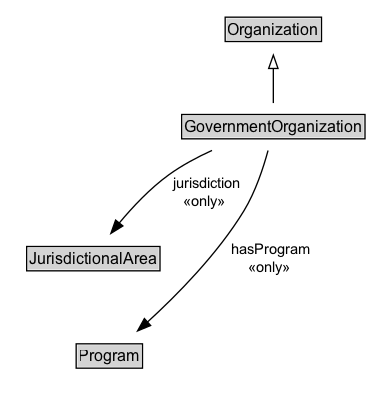
Earlier version of the Graphviz export docs/diagrams/GovernmentOrganization.dot.png (ISO-TC204/ontology-cdm-p2-v1). Its source is kept beside it as docs/diagrams/GovernmentOrganization.dot.
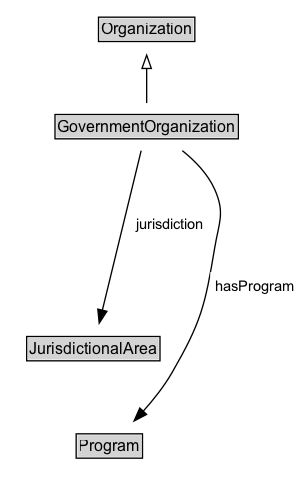
After the change.

The edit, as a diff of the source:
```diff
@@ -3,22 +3,25 @@
 	node [fontname=Arial fontsize=12 margin=0 shape=none]
 	edge [fontname=Arial fontsize=11]
 	{
+		rank=source
+		Organization [label=<<TABLE BORDER="1" CELLBORDER="0" CELLSPACING="0" CELLPADDING="1"><TR><TD BGCOLOR="lightgray" ALIGN="CENTER">Organization</TD></TR></TABLE>> URL="../Organization" margin=0]
+	}
+	GovernmentOrganization [label=<<TABLE BORDER="1" CELLBORDER="0" CELLSPACING="0" CELLPADDING="1"><TR><TD BGCOLOR="lightgray" ALIGN="CENTER">GovernmentOrganization</TD></TR></TABLE>> URL="../GovernmentOrganization" margin=0]
+	{
 		rank=max
-		GovernmentOrganization [label=<<TABLE BORDER="1" CELLBORDER="0" CELLSPACING="0" CELLPADDING="1"><TR><TD BGCOLOR="lightgray" ALIGN="CENTER" PORT="e">GovernmentOrganization</TD></TR></TABLE>> URL="../GovernmentOrganization.md" margin=0]
 	}
 	subgraph cluster_associated {
 		label="" style=invis
 		Invis [label=<<TABLE BORDER="0" CELLBORDER="0" CELLSPACING="0" CELLPADDING="1"><TR><TD></TD></TR></TABLE>> margin=0 style=invis]
-		JurisdictionalArea [label=<<TABLE BORDER="1" CELLBORDER="0" CELLSPACING="0" CELLPADDING="1"><TR><TD BGCOLOR="lightgray" ALIGN="CENTER">JurisdictionalArea</TD></TR></TABLE>> URL="../JurisdictionalArea.md" margin=0]
-		Program [label=<<TABLE BORDER="1" CELLBORDER="0" CELLSPACING="0" CELLPADDING="1"><TR><TD BGCOLOR="lightgray" ALIGN="CENTER">Program</TD></TR></TABLE>> URL="../Program.md" margin=0]
+		JurisdictionalArea [label=<<TABLE BORDER="1" CELLBORDER="0" CELLSPACING="0" CELLPADDING="1"><TR><TD BGCOLOR="lightgray" ALIGN="CENTER">JurisdictionalArea</TD></TR></TABLE>> URL="../JurisdictionalArea" margin=0]
+		Program [label=<<TABLE BORDER="1" CELLBORDER="0" CELLSPACING="0" CELLPADDING="1"><TR><TD BGCOLOR="lightgray" ALIGN="CENTER">Program</TD></TR></TABLE>> URL="../Program" margin=0]
 	}
-	Organization [label=<<TABLE BORDER="1" CELLBORDER="0" CELLSPACING="0" CELLPADDING="1"><TR><TD BGCOLOR="lightgray" ALIGN="CENTER">Organization</TD></TR></TABLE>> URL="../Organization.md" margin=0]
 	GovernmentOrganization -> Organization [arrowhead=onormal style=solid]
 	GovernmentOrganization -> Invis [style=invis]
 	Invis -> JurisdictionalArea [style=invis]
 	JurisdictionalArea -> Program [style=invis]
-	GovernmentOrganization -> Program [label=" hasProgram
- «only»  " arrowhead=normal style=solid]
-	GovernmentOrganization -> JurisdictionalArea [label=" jurisdiction
- «only»  " arrowhead=normal style=solid]
+	Program [label=<<TABLE BORDER="1" CELLBORDER="0" CELLSPACING="0" CELLPADDING="1"><TR><TD BGCOLOR="lightgray" ALIGN="CENTER">Program</TD></TR></TABLE>> URL="../Program" margin=0]
+	GovernmentOrganization -> Program [label=<<TABLE BORDER="0" CELLBORDER="0" CELLSPACING="0" CELLPADDING="4" BGCOLOR="white"><TR><TD ALIGN="CENTER">hasProgram</TD></TR></TABLE>> arrowhead=normal style=solid]
+	JurisdictionalArea [label=<<TABLE BORDER="1" CELLBORDER="0" CELLSPACING="0" CELLPADDING="1"><TR><TD BGCOLOR="lightgray" ALIGN="CENTER">JurisdictionalArea</TD></TR></TABLE>> URL="../JurisdictionalArea" margin=0]
+	GovernmentOrganization -> JurisdictionalArea [label=<<TABLE BORDER="0" CELLBORDER="0" CELLSPACING="0" CELLPADDING="4" BGCOLOR="white"><TR><TD ALIGN="CENTER">jurisdiction</TD></TR></TABLE>> arrowhead=normal style=solid]
 }
```
